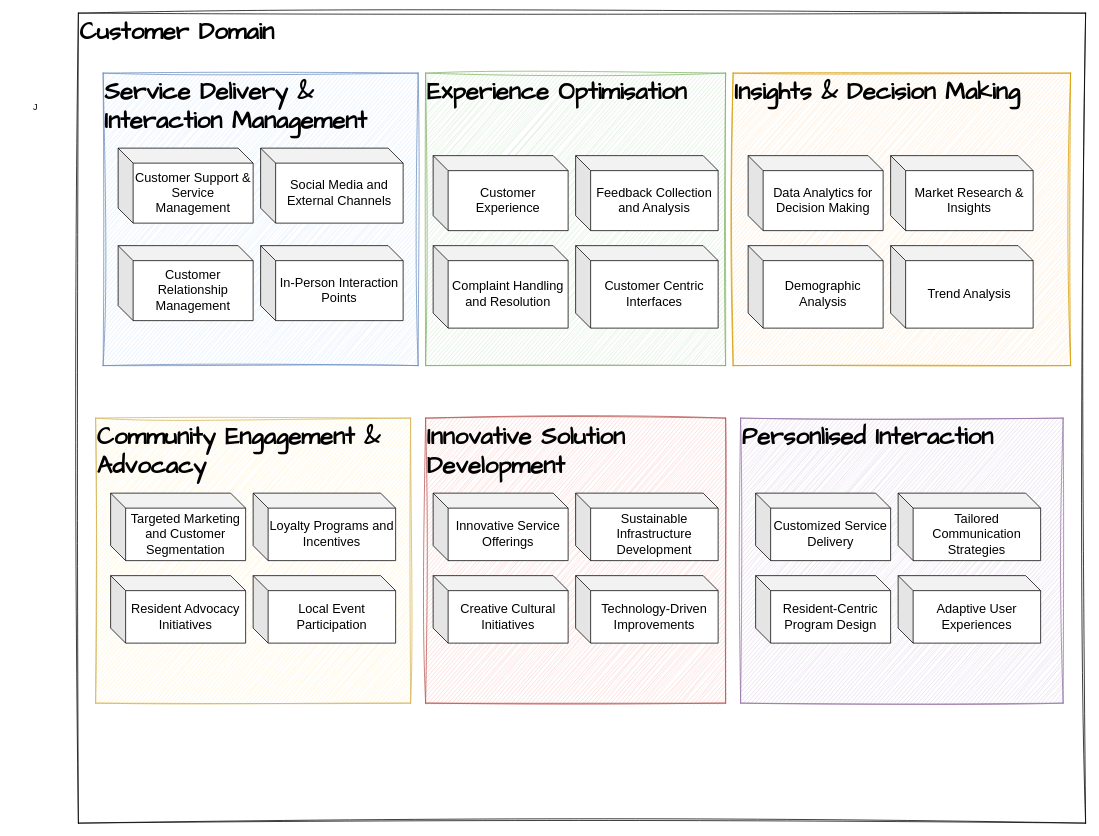
This is page "Page-10" (10 of 12) of Untitled Diagram.drawio from onlinepractice/digitalbanking, a draw.io file, before an edit. Source tidied: cells renumbered, new cells numbered last; positions are measured from the earlier drawing's top-left corner, leaving out a move shared by most shapes. Both pictures are drawn from the tidied source at 75%, with x=0, y=0 at pixel (13, 13).
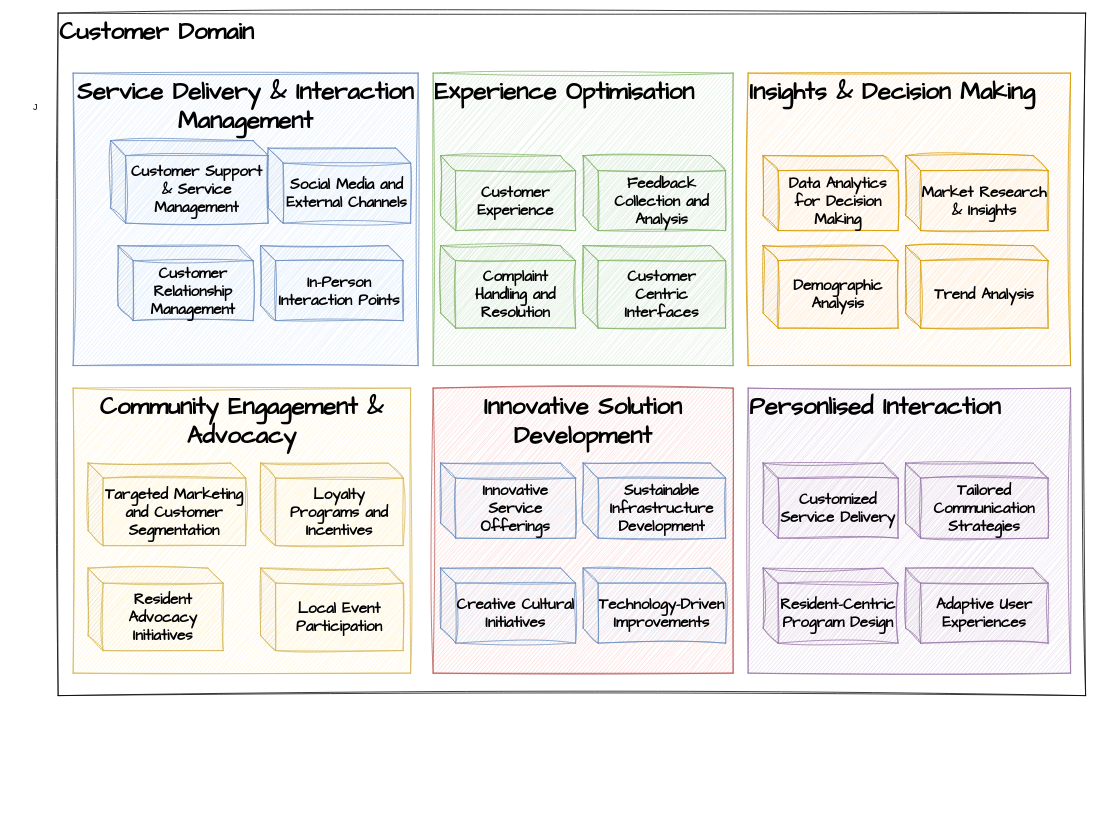
Above is the later version.

What changed in the source:
```diff
@@
     <mxCell id="2" value="Customer Domain" style="rounded=0;whiteSpace=wrap;html=1;sketch=1;hachureGap=4;jiggle=2;curveFitting=1;fontFamily=Architects Daughter;fontSize=32;align=left;verticalAlign=top;fontStyle=1;" parent="1" vertex="1">
-      <mxGeometry x="87" width="1343" height="1080" as="geometry" />
+      <mxGeometry x="60" width="1370" height="910" as="geometry" />
     </mxCell>
-    <mxCell id="3" value="Service Delivery &amp;amp; Interaction Management" style="rounded=0;whiteSpace=wrap;html=1;sketch=1;hachureGap=4;jiggle=2;curveFitting=1;fontFamily=Architects Daughter;fontSize=32;align=left;verticalAlign=top;fontStyle=1;fillColor=#dae8fc;strokeColor=#6c8ebf;" parent="1" vertex="1">
-      <mxGeometry x="120" y="80" width="420" height="390" as="geometry" />
+    <mxCell id="3" value="Service Delivery &amp;amp; Interaction Management" style="rounded=0;whiteSpace=wrap;html=1;sketch=1;hachureGap=4;jiggle=2;curveFitting=1;fontFamily=Architects Daughter;fontSize=32;align=center;verticalAlign=top;fontStyle=1;fillColor=#dae8fc;strokeColor=#6c8ebf;" parent="1" vertex="1">
+      <mxGeometry x="80" y="80" width="460" height="390" as="geometry" />
     </mxCell>
     <mxCell id="4" value="Experience Optimisation" style="rounded=0;whiteSpace=wrap;html=1;sketch=1;hachureGap=4;jiggle=2;curveFitting=1;fontFamily=Architects Daughter;fontSize=32;align=left;verticalAlign=top;fontStyle=1;fillColor=#d5e8d4;strokeColor=#82b366;" parent="1" vertex="1">
-      <mxGeometry x="550" y="80" width="400" height="390" as="geometry" />
+      <mxGeometry x="560" y="80" width="400" height="390" as="geometry" />
     </mxCell>
     <mxCell id="5" value="Insights &amp;amp; Decision Making" style="rounded=0;whiteSpace=wrap;html=1;sketch=1;hachureGap=4;jiggle=2;curveFitting=1;fontFamily=Architects Daughter;fontSize=32;align=left;verticalAlign=top;fontStyle=1;fillColor=#ffe6cc;strokeColor=#d79b00;" parent="1" vertex="1">
-      <mxGeometry x="960" y="80" width="450" height="390" as="geometry" />
+      <mxGeometry x="980" y="80" width="430" height="390" as="geometry" />
     </mxCell>
-    <mxCell id="6" value="Community Engagement &amp;amp; Advocacy" style="rounded=0;whiteSpace=wrap;html=1;sketch=1;hachureGap=4;jiggle=2;curveFitting=1;fontFamily=Architects Daughter;fontSize=32;align=left;verticalAlign=top;fontStyle=1;fillColor=#fff2cc;strokeColor=#d6b656;" parent="1" vertex="1">
-      <mxGeometry x="110" y="540" width="420" height="380" as="geometry" />
+    <mxCell id="6" value="Community Engagement &amp;amp; Advocacy" style="rounded=0;whiteSpace=wrap;html=1;sketch=1;hachureGap=4;jiggle=2;curveFitting=1;fontFamily=Architects Daughter;fontSize=32;align=center;verticalAlign=top;fontStyle=1;fillColor=#fff2cc;strokeColor=#d6b656;" parent="1" vertex="1">
+      <mxGeometry x="80" y="500" width="450" height="380" as="geometry" />
     </mxCell>
-    <mxCell id="7" value="Innovative Solution Development" style="rounded=0;whiteSpace=wrap;html=1;sketch=1;hachureGap=4;jiggle=2;curveFitting=1;fontFamily=Architects Daughter;fontSize=32;align=left;verticalAlign=top;fontStyle=1;fillColor=#f8cecc;strokeColor=#b85450;" parent="1" vertex="1">
-      <mxGeometry x="550" y="540" width="400" height="380" as="geometry" />
+    <mxCell id="7" value="Innovative Solution Development" style="rounded=0;whiteSpace=wrap;html=1;sketch=1;hachureGap=4;jiggle=2;curveFitting=1;fontFamily=Architects Daughter;fontSize=32;align=center;verticalAlign=top;fontStyle=1;fillColor=#f8cecc;strokeColor=#b85450;" parent="1" vertex="1">
+      <mxGeometry x="560" y="500" width="400" height="380" as="geometry" />
     </mxCell>
     <mxCell id="8" value="Personlised Interaction" style="rounded=0;whiteSpace=wrap;html=1;sketch=1;hachureGap=4;jiggle=2;curveFitting=1;fontFamily=Architects Daughter;fontSize=32;align=left;verticalAlign=top;fontStyle=1;fillColor=#e1d5e7;strokeColor=#9673a6;" parent="1" vertex="1">
-      <mxGeometry x="970" y="540" width="430" height="380" as="geometry" />
+      <mxGeometry x="980" y="500" width="430" height="380" as="geometry" />
     </mxCell>
-    <mxCell id="9" value="Customer Support &amp;amp; Service Management" style="shape=cube;whiteSpace=wrap;html=1;boundedLbl=1;backgroundOutline=1;darkOpacity=0.05;darkOpacity2=0.1;fontSize=17;" parent="1" vertex="1">
-      <mxGeometry x="140" y="180" width="180" height="100" as="geometry" />
+    <mxCell id="9" value="Customer Support &amp;amp; Service Management" style="shape=cube;whiteSpace=wrap;html=1;boundedLbl=1;backgroundOutline=1;darkOpacity=0.05;darkOpacity2=0.1;fontSize=20;fontFamily=Architects Daughter;align=center;verticalAlign=middle;fillColor=#dae8fc;strokeColor=#6c8ebf;rounded=0;sketch=1;hachureGap=4;jiggle=2;curveFitting=1;fontStyle=1;" parent="1" vertex="1">
+      <mxGeometry x="130" y="170" width="210" height="110" as="geometry" />
     </mxCell>
-    <mxCell id="10" value="Social Media and External Channels" style="shape=cube;whiteSpace=wrap;html=1;boundedLbl=1;backgroundOutline=1;darkOpacity=0.05;darkOpacity2=0.1;fontSize=17;" parent="1" vertex="1">
-      <mxGeometry x="330" y="180" width="190" height="100" as="geometry" />
+    <mxCell id="10" value="Social Media and External Channels" style="shape=cube;whiteSpace=wrap;html=1;boundedLbl=1;backgroundOutline=1;darkOpacity=0.05;darkOpacity2=0.1;fontSize=20;fontFamily=Architects Daughter;fillColor=#dae8fc;strokeColor=#6c8ebf;rounded=0;sketch=1;hachureGap=4;jiggle=2;curveFitting=1;fontStyle=1;" parent="1" vertex="1">
+      <mxGeometry x="340" y="180" width="190" height="100" as="geometry" />
     </mxCell>
-    <mxCell id="11" value="Customer Relationship Management" style="shape=cube;whiteSpace=wrap;html=1;boundedLbl=1;backgroundOutline=1;darkOpacity=0.05;darkOpacity2=0.1;fontSize=17;" parent="1" vertex="1">
+    <mxCell id="11" value="Customer Relationship Management" style="shape=cube;whiteSpace=wrap;html=1;boundedLbl=1;backgroundOutline=1;darkOpacity=0.05;darkOpacity2=0.1;fontSize=20;fontFamily=Architects Daughter;fillColor=#dae8fc;strokeColor=#6c8ebf;rounded=0;sketch=1;hachureGap=4;jiggle=2;curveFitting=1;fontStyle=1;" parent="1" vertex="1">
       <mxGeometry x="140" y="310" width="180" height="100" as="geometry" />
     </mxCell>
-    <mxCell id="12" value="In-Person Interaction Points" style="shape=cube;whiteSpace=wrap;html=1;boundedLbl=1;backgroundOutline=1;darkOpacity=0.05;darkOpacity2=0.1;fontSize=17;" parent="1" vertex="1">
+    <mxCell id="12" value="In-Person Interaction Points" style="shape=cube;whiteSpace=wrap;html=1;boundedLbl=1;backgroundOutline=1;darkOpacity=0.05;darkOpacity2=0.1;fontSize=20;fontFamily=Architects Daughter;fillColor=#dae8fc;strokeColor=#6c8ebf;rounded=0;sketch=1;hachureGap=4;jiggle=2;curveFitting=1;fontStyle=1;" parent="1" vertex="1">
       <mxGeometry x="330" y="310" width="190" height="100" as="geometry" />
     </mxCell>
-    <mxCell id="13" value="Customer Experience" style="shape=cube;whiteSpace=wrap;html=1;boundedLbl=1;backgroundOutline=1;darkOpacity=0.05;darkOpacity2=0.1;fontSize=17;" parent="1" vertex="1">
-      <mxGeometry x="560" y="190" width="180" height="100" as="geometry" />
+    <mxCell id="13" value="Customer Experience" style="shape=cube;whiteSpace=wrap;html=1;boundedLbl=1;backgroundOutline=1;darkOpacity=0.05;darkOpacity2=0.1;fontSize=20;fontFamily=Architects Daughter;fillColor=#d5e8d4;strokeColor=#82b366;rounded=0;sketch=1;hachureGap=4;jiggle=2;curveFitting=1;fontStyle=1;" parent="1" vertex="1">
+      <mxGeometry x="570" y="190" width="180" height="100" as="geometry" />
     </mxCell>
-    <mxCell id="14" value="Feedback Collection and Analysis" style="shape=cube;whiteSpace=wrap;html=1;boundedLbl=1;backgroundOutline=1;darkOpacity=0.05;darkOpacity2=0.1;fontSize=17;" parent="1" vertex="1">
-      <mxGeometry x="750" y="190" width="190" height="100" as="geometry" />
+    <mxCell id="14" value="Feedback Collection and Analysis" style="shape=cube;whiteSpace=wrap;html=1;boundedLbl=1;backgroundOutline=1;darkOpacity=0.05;darkOpacity2=0.1;fontSize=20;fontFamily=Architects Daughter;fillColor=#d5e8d4;strokeColor=#82b366;rounded=0;sketch=1;hachureGap=4;jiggle=2;curveFitting=1;fontStyle=1;" parent="1" vertex="1">
+      <mxGeometry x="760" y="190" width="190" height="100" as="geometry" />
     </mxCell>
-    <mxCell id="15" value="Complaint Handling and Resolution" style="shape=cube;whiteSpace=wrap;html=1;boundedLbl=1;backgroundOutline=1;darkOpacity=0.05;darkOpacity2=0.1;fontSize=17;" parent="1" vertex="1">
-      <mxGeometry x="560" y="310" width="180" height="110" as="geometry" />
+    <mxCell id="15" value="Complaint Handling and Resolution" style="shape=cube;whiteSpace=wrap;html=1;boundedLbl=1;backgroundOutline=1;darkOpacity=0.05;darkOpacity2=0.1;fontSize=20;fontFamily=Architects Daughter;fillColor=#d5e8d4;strokeColor=#82b366;rounded=0;sketch=1;hachureGap=4;jiggle=2;curveFitting=1;fontStyle=1;" parent="1" vertex="1">
+      <mxGeometry x="570" y="310" width="180" height="110" as="geometry" />
     </mxCell>
-    <mxCell id="16" value="Customer Centric Interfaces" style="shape=cube;whiteSpace=wrap;html=1;boundedLbl=1;backgroundOutline=1;darkOpacity=0.05;darkOpacity2=0.1;fontSize=17;" parent="1" vertex="1">
-      <mxGeometry x="750" y="310" width="190" height="110" as="geometry" />
+    <mxCell id="16" value="Customer Centric Interfaces" style="shape=cube;whiteSpace=wrap;html=1;boundedLbl=1;backgroundOutline=1;darkOpacity=0.05;darkOpacity2=0.1;fontSize=20;fontFamily=Architects Daughter;fillColor=#d5e8d4;strokeColor=#82b366;rounded=0;sketch=1;hachureGap=4;jiggle=2;curveFitting=1;fontStyle=1;" parent="1" vertex="1">
+      <mxGeometry x="760" y="310" width="190" height="110" as="geometry" />
     </mxCell>
-    <mxCell id="17" value="Data Analytics for Decision Making" style="shape=cube;whiteSpace=wrap;html=1;boundedLbl=1;backgroundOutline=1;darkOpacity=0.05;darkOpacity2=0.1;fontSize=17;" parent="1" vertex="1">
-      <mxGeometry x="980" y="190" width="180" height="100" as="geometry" />
+    <mxCell id="17" value="Data Analytics for Decision Making" style="shape=cube;whiteSpace=wrap;html=1;boundedLbl=1;backgroundOutline=1;darkOpacity=0.05;darkOpacity2=0.1;fontSize=20;fontFamily=Architects Daughter;fillColor=#ffe6cc;strokeColor=#d79b00;rounded=0;sketch=1;hachureGap=4;jiggle=2;curveFitting=1;fontStyle=1;" parent="1" vertex="1">
+      <mxGeometry x="1000" y="190" width="180" height="100" as="geometry" />
     </mxCell>
-    <mxCell id="18" value="Market Research &amp;amp; Insights" style="shape=cube;whiteSpace=wrap;html=1;boundedLbl=1;backgroundOutline=1;darkOpacity=0.05;darkOpacity2=0.1;fontSize=17;" parent="1" vertex="1">
-      <mxGeometry x="1170" y="190" width="190" height="100" as="geometry" />
+    <mxCell id="18" value="Market Research &amp;amp; Insights" style="shape=cube;whiteSpace=wrap;html=1;boundedLbl=1;backgroundOutline=1;darkOpacity=0.05;darkOpacity2=0.1;fontSize=20;fontFamily=Architects Daughter;fillColor=#ffe6cc;strokeColor=#d79b00;rounded=0;sketch=1;hachureGap=4;jiggle=2;curveFitting=1;fontStyle=1;" parent="1" vertex="1">
+      <mxGeometry x="1190" y="190" width="190" height="100" as="geometry" />
     </mxCell>
-    <mxCell id="19" value="Demographic Analysis" style="shape=cube;whiteSpace=wrap;html=1;boundedLbl=1;backgroundOutline=1;darkOpacity=0.05;darkOpacity2=0.1;fontSize=17;" parent="1" vertex="1">
-      <mxGeometry x="980" y="310" width="180" height="110" as="geometry" />
+    <mxCell id="19" value="Demographic Analysis" style="shape=cube;whiteSpace=wrap;html=1;boundedLbl=1;backgroundOutline=1;darkOpacity=0.05;darkOpacity2=0.1;fontSize=20;fontFamily=Architects Daughter;fillColor=#ffe6cc;strokeColor=#d79b00;rounded=0;sketch=1;hachureGap=4;jiggle=2;curveFitting=1;fontStyle=1;" parent="1" vertex="1">
+      <mxGeometry x="1000" y="310" width="180" height="110" as="geometry" />
     </mxCell>
-    <mxCell id="20" value="Trend Analysis" style="shape=cube;whiteSpace=wrap;html=1;boundedLbl=1;backgroundOutline=1;darkOpacity=0.05;darkOpacity2=0.1;fontSize=17;" parent="1" vertex="1">
-      <mxGeometry x="1170" y="310" width="190" height="110" as="geometry" />
+    <mxCell id="20" value="Trend Analysis" style="shape=cube;whiteSpace=wrap;html=1;boundedLbl=1;backgroundOutline=1;darkOpacity=0.05;darkOpacity2=0.1;fontSize=20;fontFamily=Architects Daughter;fillColor=#ffe6cc;strokeColor=#d79b00;rounded=0;sketch=1;hachureGap=4;jiggle=2;curveFitting=1;fontStyle=1;" parent="1" vertex="1">
+      <mxGeometry x="1190" y="310" width="190" height="110" as="geometry" />
     </mxCell>
-    <mxCell id="21" value="Targeted Marketing and Customer Segmentation" style="shape=cube;whiteSpace=wrap;html=1;boundedLbl=1;backgroundOutline=1;darkOpacity=0.05;darkOpacity2=0.1;fontSize=17;" parent="1" vertex="1">
-      <mxGeometry x="130" y="640" width="180" height="90" as="geometry" />
+    <mxCell id="21" value="Targeted Marketing and Customer Segmentation" style="shape=cube;whiteSpace=wrap;html=1;boundedLbl=1;backgroundOutline=1;darkOpacity=0.05;darkOpacity2=0.1;fontSize=20;fontFamily=Architects Daughter;fillColor=#fff2cc;strokeColor=#d6b656;rounded=0;sketch=1;hachureGap=4;jiggle=2;curveFitting=1;fontStyle=1;" parent="1" vertex="1">
+      <mxGeometry x="100" y="600" width="210" height="110" as="geometry" />
     </mxCell>
-    <mxCell id="22" value="Loyalty Programs and Incentives" style="shape=cube;whiteSpace=wrap;html=1;boundedLbl=1;backgroundOutline=1;darkOpacity=0.05;darkOpacity2=0.1;fontSize=17;" parent="1" vertex="1">
-      <mxGeometry x="320" y="640" width="190" height="90" as="geometry" />
+    <mxCell id="22" value="Loyalty Programs and Incentives" style="shape=cube;whiteSpace=wrap;html=1;boundedLbl=1;backgroundOutline=1;darkOpacity=0.05;darkOpacity2=0.1;fontSize=20;fontFamily=Architects Daughter;fillColor=#fff2cc;strokeColor=#d6b656;rounded=0;sketch=1;hachureGap=4;jiggle=2;curveFitting=1;fontStyle=1;" parent="1" vertex="1">
+      <mxGeometry x="330" y="600" width="190" height="110" as="geometry" />
     </mxCell>
-    <mxCell id="23" value="Resident Advocacy Initiatives" style="shape=cube;whiteSpace=wrap;html=1;boundedLbl=1;backgroundOutline=1;darkOpacity=0.05;darkOpacity2=0.1;fontSize=17;" parent="1" vertex="1">
-      <mxGeometry x="130" y="750" width="180" height="90" as="geometry" />
+    <mxCell id="23" value="Resident Advocacy Initiatives" style="shape=cube;whiteSpace=wrap;html=1;boundedLbl=1;backgroundOutline=1;darkOpacity=0.05;darkOpacity2=0.1;fontSize=20;fontFamily=Architects Daughter;fillColor=#fff2cc;strokeColor=#d6b656;rounded=0;sketch=1;hachureGap=4;jiggle=2;curveFitting=1;fontStyle=1;" parent="1" vertex="1">
+      <mxGeometry x="100" y="740" width="180" height="110" as="geometry" />
     </mxCell>
-    <mxCell id="24" value="Local Event Participation" style="shape=cube;whiteSpace=wrap;html=1;boundedLbl=1;backgroundOutline=1;darkOpacity=0.05;darkOpacity2=0.1;fontSize=17;" parent="1" vertex="1">
-      <mxGeometry x="320" y="750" width="190" height="90" as="geometry" />
+    <mxCell id="24" value="Local Event Participation" style="shape=cube;whiteSpace=wrap;html=1;boundedLbl=1;backgroundOutline=1;darkOpacity=0.05;darkOpacity2=0.1;fontSize=20;fontFamily=Architects Daughter;fillColor=#fff2cc;strokeColor=#d6b656;rounded=0;sketch=1;hachureGap=4;jiggle=2;curveFitting=1;fontStyle=1;" parent="1" vertex="1">
+      <mxGeometry x="330" y="740" width="190" height="110" as="geometry" />
     </mxCell>
-    <mxCell id="25" value="Innovative Service Offerings" style="shape=cube;whiteSpace=wrap;html=1;boundedLbl=1;backgroundOutline=1;darkOpacity=0.05;darkOpacity2=0.1;fontSize=17;" parent="1" vertex="1">
-      <mxGeometry x="560" y="640" width="180" height="90" as="geometry" />
+    <mxCell id="25" value="Innovative Service Offerings" style="shape=cube;whiteSpace=wrap;html=1;boundedLbl=1;backgroundOutline=1;darkOpacity=0.05;darkOpacity2=0.1;fontSize=20;fontFamily=Architects Daughter;fillColor=#dae8fc;strokeColor=#6c8ebf;rounded=0;sketch=1;hachureGap=4;jiggle=2;curveFitting=1;fontStyle=1;" parent="1" vertex="1">
+      <mxGeometry x="570" y="600" width="180" height="100" as="geometry" />
     </mxCell>
-    <mxCell id="26" value="Sustainable Infrastructure Development" style="shape=cube;whiteSpace=wrap;html=1;boundedLbl=1;backgroundOutline=1;darkOpacity=0.05;darkOpacity2=0.1;fontSize=17;" parent="1" vertex="1">
-      <mxGeometry x="750" y="640" width="190" height="90" as="geometry" />
+    <mxCell id="26" value="Sustainable Infrastructure Development" style="shape=cube;whiteSpace=wrap;html=1;boundedLbl=1;backgroundOutline=1;darkOpacity=0.05;darkOpacity2=0.1;fontSize=20;fontFamily=Architects Daughter;fillColor=#dae8fc;strokeColor=#6c8ebf;rounded=0;sketch=1;hachureGap=4;jiggle=2;curveFitting=1;fontStyle=1;" parent="1" vertex="1">
+      <mxGeometry x="760" y="600" width="190" height="100" as="geometry" />
     </mxCell>
-    <mxCell id="27" value="Creative Cultural Initiatives" style="shape=cube;whiteSpace=wrap;html=1;boundedLbl=1;backgroundOutline=1;darkOpacity=0.05;darkOpacity2=0.1;fontSize=17;" parent="1" vertex="1">
-      <mxGeometry x="560" y="750" width="180" height="90" as="geometry" />
+    <mxCell id="27" value="Creative Cultural Initiatives" style="shape=cube;whiteSpace=wrap;html=1;boundedLbl=1;backgroundOutline=1;darkOpacity=0.05;darkOpacity2=0.1;fontSize=20;fontFamily=Architects Daughter;fillColor=#dae8fc;strokeColor=#6c8ebf;rounded=0;sketch=1;hachureGap=4;jiggle=2;curveFitting=1;fontStyle=1;" parent="1" vertex="1">
+      <mxGeometry x="570" y="740" width="180" height="100" as="geometry" />
     </mxCell>
-    <mxCell id="28" value="Technology-Driven Improvements" style="shape=cube;whiteSpace=wrap;html=1;boundedLbl=1;backgroundOutline=1;darkOpacity=0.05;darkOpacity2=0.1;fontSize=17;" parent="1" vertex="1">
-      <mxGeometry x="750" y="750" width="190" height="90" as="geometry" />
+    <mxCell id="28" value="Technology-Driven Improvements" style="shape=cube;whiteSpace=wrap;html=1;boundedLbl=1;backgroundOutline=1;darkOpacity=0.05;darkOpacity2=0.1;fontSize=20;fontFamily=Architects Daughter;fillColor=#dae8fc;strokeColor=#6c8ebf;rounded=0;sketch=1;hachureGap=4;jiggle=2;curveFitting=1;fontStyle=1;" parent="1" vertex="1">
+      <mxGeometry x="760" y="740" width="190" height="100" as="geometry" />
     </mxCell>
-    <mxCell id="29" value="Customized Service Delivery" style="shape=cube;whiteSpace=wrap;html=1;boundedLbl=1;backgroundOutline=1;darkOpacity=0.05;darkOpacity2=0.1;fontSize=17;" parent="1" vertex="1">
-      <mxGeometry x="990" y="640" width="180" height="90" as="geometry" />
+    <mxCell id="29" value="Customized Service Delivery" style="shape=cube;whiteSpace=wrap;html=1;boundedLbl=1;backgroundOutline=1;darkOpacity=0.05;darkOpacity2=0.1;fontSize=20;fontFamily=Architects Daughter;fillColor=#e1d5e7;strokeColor=#9673a6;rounded=0;sketch=1;hachureGap=4;jiggle=2;curveFitting=1;fontStyle=1;" parent="1" vertex="1">
+      <mxGeometry x="1000" y="600" width="180" height="100" as="geometry" />
     </mxCell>
-    <mxCell id="30" value="Tailored Communication Strategies" style="shape=cube;whiteSpace=wrap;html=1;boundedLbl=1;backgroundOutline=1;darkOpacity=0.05;darkOpacity2=0.1;fontSize=17;" parent="1" vertex="1">
-      <mxGeometry x="1180" y="640" width="190" height="90" as="geometry" />
+    <mxCell id="30" value="Tailored Communication Strategies" style="shape=cube;whiteSpace=wrap;html=1;boundedLbl=1;backgroundOutline=1;darkOpacity=0.05;darkOpacity2=0.1;fontSize=20;fontFamily=Architects Daughter;fillColor=#e1d5e7;strokeColor=#9673a6;rounded=0;sketch=1;hachureGap=4;jiggle=2;curveFitting=1;fontStyle=1;" parent="1" vertex="1">
+      <mxGeometry x="1190" y="600" width="190" height="100" as="geometry" />
     </mxCell>
-    <mxCell id="31" value="Resident-Centric Program Design" style="shape=cube;whiteSpace=wrap;html=1;boundedLbl=1;backgroundOutline=1;darkOpacity=0.05;darkOpacity2=0.1;fontSize=17;" parent="1" vertex="1">
-      <mxGeometry x="990" y="750" width="180" height="90" as="geometry" />
+    <mxCell id="31" value="Resident-Centric Program Design" style="shape=cube;whiteSpace=wrap;html=1;boundedLbl=1;backgroundOutline=1;darkOpacity=0.05;darkOpacity2=0.1;fontSize=20;fontFamily=Architects Daughter;fillColor=#e1d5e7;strokeColor=#9673a6;rounded=0;sketch=1;hachureGap=4;jiggle=2;curveFitting=1;fontStyle=1;" parent="1" vertex="1">
+      <mxGeometry x="1000" y="740" width="180" height="100" as="geometry" />
     </mxCell>
-    <mxCell id="32" value="Adaptive User Experiences" style="shape=cube;whiteSpace=wrap;html=1;boundedLbl=1;backgroundOutline=1;darkOpacity=0.05;darkOpacity2=0.1;fontSize=17;" parent="1" vertex="1">
-      <mxGeometry x="1180" y="750" width="190" height="90" as="geometry" />
+    <mxCell id="32" value="Adaptive User Experiences" style="shape=cube;whiteSpace=wrap;html=1;boundedLbl=1;backgroundOutline=1;darkOpacity=0.05;darkOpacity2=0.1;fontSize=20;fontFamily=Architects Daughter;fillColor=#e1d5e7;strokeColor=#9673a6;rounded=0;sketch=1;hachureGap=4;jiggle=2;curveFitting=1;fontStyle=1;" parent="1" vertex="1">
+      <mxGeometry x="1190" y="740" width="190" height="100" as="geometry" />
     </mxCell>
```
